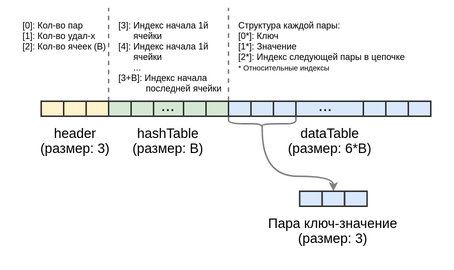
Above: 2021-ru-es6-collection-internals/slides/images/map-memory-layout-4.png in puzpuzpuz/talks (draw.io), before the change. Source tidied: cells renumbered, new cells last; positions are measured from the earlier drawing's top-left corner, leaving out a move shared by most shapes.
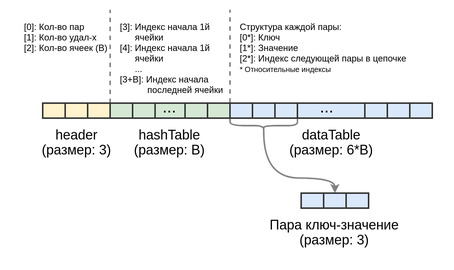
After the change.

Diff of the diagram source:
```diff
@@ -2,118 +2,121 @@
   <root>
     <mxCell id="0" />
     <mxCell id="1" parent="0" />
-    <mxCell id="2" value="hashTable&lt;br&gt;(размер: B)" style="text;html=1;strokeColor=none;fillColor=none;align=center;verticalAlign=top;whiteSpace=wrap;rounded=0;fontSize=9;" parent="1" vertex="1">
-      <mxGeometry x="70" y="72" width="60" height="30" as="geometry" />
+    <mxCell id="2" style="group;" parent="1" vertex="1">
+      <mxGeometry x="70" y="72" width="275" height="157.2" as="geometry" />
     </mxCell>
-    <mxCell id="3" value="header&lt;br&gt;(размер: 3)" style="text;html=1;strokeColor=none;fillColor=none;align=center;verticalAlign=top;whiteSpace=wrap;rounded=0;fontSize=9;" parent="1" vertex="1">
-      <mxGeometry x="12.5" y="72" width="50" height="30" as="geometry" />
+    <mxCell id="3" value="hashTable&lt;br&gt;(размер: B)" style="text;html=1;strokeColor=none;fillColor=none;align=center;verticalAlign=top;whiteSpace=wrap;rounded=0;fontSize=9;" parent="2" vertex="1">
+      <mxGeometry x="70" y="72.2" width="60" height="30" as="geometry" />
     </mxCell>
-    <mxCell id="4" value="dataTable&lt;br&gt;(размер: 6*B)" style="text;html=1;strokeColor=none;fillColor=none;align=center;verticalAlign=top;whiteSpace=wrap;rounded=0;fontSize=9;" parent="1" vertex="1">
-      <mxGeometry x="142.5" y="72" width="130" height="30" as="geometry" />
+    <mxCell id="4" value="header&lt;br&gt;(размер: 3)" style="text;html=1;strokeColor=none;fillColor=none;align=center;verticalAlign=top;whiteSpace=wrap;rounded=0;fontSize=9;" parent="2" vertex="1">
+      <mxGeometry x="12.5" y="72.2" width="50" height="30" as="geometry" />
     </mxCell>
-    <mxCell id="5" value="[0]: Кол-во пар&#10;[1]: Кол-во удал-х&#10;[2]: Кол-во ячеек (B)" style="text;strokeColor=none;fillColor=none;align=left;verticalAlign=top;rounded=0;fontSize=6;whiteSpace=wrap;spacing=2;spacingRight=0;spacingLeft=1;" parent="1" vertex="1">
-      <mxGeometry y="2" width="60" height="60" as="geometry" />
+    <mxCell id="5" value="dataTable&lt;br&gt;(размер: 6*B)" style="text;html=1;strokeColor=none;fillColor=none;align=center;verticalAlign=top;whiteSpace=wrap;rounded=0;fontSize=9;" parent="2" vertex="1">
+      <mxGeometry x="142.5" y="72.2" width="130" height="30" as="geometry" />
     </mxCell>
-    <mxCell id="6" style="edgeStyle=none;rounded=0;orthogonalLoop=1;jettySize=auto;html=1;exitX=0;exitY=0.5;exitDx=0;exitDy=0;fontSize=5;" parent="1" edge="1" source="5" target="5">
-      <mxGeometry relative="1" as="geometry" />
+    <mxCell id="6" value="[0]: Кол-во пар&#10;[1]: Кол-во удал-х&#10;[2]: Кол-во ячеек (B)" style="text;strokeColor=none;fillColor=none;align=left;verticalAlign=top;rounded=0;fontSize=6;whiteSpace=wrap;spacing=2;spacingRight=0;spacingLeft=1;" parent="2" vertex="1">
+      <mxGeometry y="2.2" width="60" height="60" as="geometry" />
     </mxCell>
-    <mxCell id="7" value="[3]: Индекс начала 1й &#10;      ячейки&#10;[4]: Индекс начала 1й&#10;      ячейки&#10;      ...&#10;[3+B]: Индекс начала &#10;           последней ячейки" style="text;strokeColor=none;fillColor=none;align=left;verticalAlign=top;rounded=0;fontSize=6;whiteSpace=wrap;spacing=2;spacingLeft=5;" parent="1" vertex="1">
-      <mxGeometry x="60" y="2" width="80" height="60" as="geometry" />
+    <mxCell id="7" style="edgeStyle=none;rounded=0;orthogonalLoop=1;jettySize=auto;html=1;exitX=0;exitY=0.5;exitDx=0;exitDy=0;fontSize=5;" parent="2" edge="1" source="6" target="6">
+      <mxGeometry relative="1" as="geometry" />
     </mxCell>
-    <mxCell id="8" value="Структура каждой пары:&lt;br&gt;[0*]: Ключ&lt;br&gt;[1*]: Значение&lt;br&gt;[2*]: Индекс следующей пары в цепочке&lt;br&gt;&lt;font style=&quot;font-size: 5px&quot;&gt;* Относительные индексы&lt;/font&gt;" style="text;strokeColor=none;fillColor=none;align=left;verticalAlign=top;rounded=0;fontSize=6;whiteSpace=wrap;spacing=2;html=1;spacingLeft=5;" parent="1" vertex="1">
-      <mxGeometry x="140" y="2" width="130" height="60" as="geometry" />
+    <mxCell id="8" value="[3]: Индекс начала 1й &#10;      ячейки&#10;[4]: Индекс начала 1й&#10;      ячейки&#10;      ...&#10;[3+B]: Индекс начала &#10;           последней ячейки" style="text;strokeColor=none;fillColor=none;align=left;verticalAlign=top;rounded=0;fontSize=6;whiteSpace=wrap;spacing=2;spacingLeft=5;" parent="2" vertex="1">
+      <mxGeometry x="60" y="2.2" width="80" height="60" as="geometry" />
     </mxCell>
-    <mxCell id="9" value="Пара ключ-значение&lt;br&gt;(размер: 3)" style="text;html=1;strokeColor=none;fillColor=none;align=center;verticalAlign=top;whiteSpace=wrap;rounded=0;fontSize=9;" parent="1" vertex="1">
-      <mxGeometry x="165" y="132" width="90" height="25" as="geometry" />
+    <mxCell id="9" value="Структура каждой пары:&lt;br&gt;[0*]: Ключ&lt;br&gt;[1*]: Значение&lt;br&gt;[2*]: Индекс следующей пары в цепочке&lt;br&gt;&lt;font style=&quot;font-size: 5px&quot;&gt;* Относительные индексы&lt;/font&gt;" style="text;strokeColor=none;fillColor=none;align=left;verticalAlign=top;rounded=0;fontSize=6;whiteSpace=wrap;spacing=2;html=1;spacingLeft=5;" parent="2" vertex="1">
+      <mxGeometry x="140" y="2.2" width="130" height="60" as="geometry" />
     </mxCell>
-    <mxCell id="10" style="shape=curlyBracket;whiteSpace=wrap;html=1;rounded=1;fontSize=6;align=left;direction=north;strokeColor=#808080;" parent="1" vertex="1">
-      <mxGeometry x="140" y="72" width="45" height="10" as="geometry" />
+    <mxCell id="10" value="Пара ключ-значение&lt;br&gt;(размер: 3)" style="text;html=1;strokeColor=none;fillColor=none;align=center;verticalAlign=top;whiteSpace=wrap;rounded=0;fontSize=9;" parent="2" vertex="1">
+      <mxGeometry x="165" y="132.2" width="90" height="25" as="geometry" />
     </mxCell>
-    <mxCell id="11" style="endArrow=classic;html=1;fontSize=6;exitX=0.1;exitY=0.5;exitDx=0;exitDy=0;exitPerimeter=0;entryX=0.5;entryY=0;entryDx=0;entryDy=0;startSize=3;endSize=3;edgeStyle=orthogonalEdgeStyle;curved=1;strokeColor=#808080;" parent="1" edge="1" source="10" target="16">
-      <mxGeometry relative="1" as="geometry">
-        <Array as="points">
-          <mxPoint x="163" y="112" />
-          <mxPoint x="210" y="112" />
-        </Array>
-      </mxGeometry>
+    <mxCell id="11" style="shape=curlyBracket;whiteSpace=wrap;html=1;rounded=1;fontSize=6;align=left;direction=north;strokeColor=#808080;" parent="2" vertex="1">
+      <mxGeometry x="140" y="72.2" width="45" height="10" as="geometry" />
     </mxCell>
-    <mxCell id="12" style="endArrow=none;dashed=1;html=1;fontSize=6;exitX=1;exitY=1;exitDx=0;exitDy=0;strokeColor=#808080;" parent="1" edge="1">
+    <mxCell id="12" style="endArrow=classic;html=1;fontSize=6;exitX=0.1;exitY=0.5;exitDx=0;exitDy=0;exitPerimeter=0;entryX=0.5;entryY=0;entryDx=0;entryDy=0;startSize=3;endSize=3;edgeStyle=orthogonalEdgeStyle;curved=1;strokeColor=#808080;" parent="2" edge="1" source="11" target="17">
       <mxGeometry relative="1" as="geometry">
-        <mxPoint x="140" y="61.8" as="sourcePoint" />
-        <mxPoint x="140" y="-0.2" as="targetPoint" />
+        <Array as="points">
+          <mxPoint x="163" y="112.2" />
+          <mxPoint x="210" y="112.2" />
+        </Array>
       </mxGeometry>
     </mxCell>
-    <mxCell id="13" style="endArrow=none;dashed=1;html=1;fontSize=6;entryX=0;entryY=0;entryDx=0;entryDy=0;strokeColor=#808080;" parent="1" edge="1">
+    <mxCell id="13" style="endArrow=none;dashed=1;html=1;fontSize=6;exitX=1;exitY=1;exitDx=0;exitDy=0;strokeColor=#808080;" parent="2" edge="1">
       <mxGeometry relative="1" as="geometry">
-        <mxPoint x="60" y="62" as="sourcePoint" />
-        <mxPoint x="60" y="-0.2" as="targetPoint" />
+        <mxPoint x="140" y="62" as="sourcePoint" />
+        <mxPoint x="140" as="targetPoint" />
       </mxGeometry>
     </mxCell>
-    <mxCell id="14" style="group;" parent="1" vertex="1">
-      <mxGeometry x="187.5" y="122" width="45" height="10" as="geometry" />
+    <mxCell id="14" style="endArrow=none;dashed=1;html=1;fontSize=6;entryX=0;entryY=0;entryDx=0;entryDy=0;strokeColor=#808080;" parent="2" edge="1">
+      <mxGeometry relative="1" as="geometry">
+        <mxPoint x="60" y="62.2" as="sourcePoint" />
+        <mxPoint x="60" as="targetPoint" />
+      </mxGeometry>
     </mxCell>
-    <mxCell id="15" style="rounded=0;whiteSpace=wrap;html=1;fillColor=#dae8fc;strokeColor=#333333;" parent="14" vertex="1">
-      <mxGeometry width="15" height="10" as="geometry" />
+    <mxCell id="15" style="group;" parent="2" vertex="1">
+      <mxGeometry x="187.5" y="122.2" width="45" height="10" as="geometry" />
     </mxCell>
-    <mxCell id="16" style="rounded=0;whiteSpace=wrap;html=1;fillColor=#dae8fc;strokeColor=#333333;" parent="14" vertex="1">
-      <mxGeometry x="15" width="15" height="10" as="geometry" />
+    <mxCell id="16" style="rounded=0;whiteSpace=wrap;html=1;fillColor=#dae8fc;strokeColor=#333333;" parent="15" vertex="1">
+      <mxGeometry width="15" height="10" as="geometry" />
     </mxCell>
-    <mxCell id="17" style="rounded=0;whiteSpace=wrap;html=1;fillColor=#dae8fc;strokeColor=#333333;" parent="14" vertex="1">
-      <mxGeometry x="30" width="15" height="10" as="geometry" />
+    <mxCell id="17" style="rounded=0;whiteSpace=wrap;html=1;fillColor=#dae8fc;strokeColor=#333333;" parent="15" vertex="1">
+      <mxGeometry x="15" width="15" height="10" as="geometry" />
     </mxCell>
-    <mxCell id="18" style="group;spacingBottom=4;verticalAlign=middle;" parent="1" vertex="1">
-      <mxGeometry x="60" y="62" width="80" height="10" as="geometry" />
+    <mxCell id="18" style="rounded=0;whiteSpace=wrap;html=1;fillColor=#dae8fc;strokeColor=#333333;" parent="15" vertex="1">
+      <mxGeometry x="30" width="15" height="10" as="geometry" />
     </mxCell>
-    <mxCell id="19" style="rounded=0;whiteSpace=wrap;html=1;fillColor=#d5e8d4;strokeColor=#333333;" parent="18" vertex="1">
-      <mxGeometry width="15" height="10" as="geometry" />
+    <mxCell id="19" style="group;spacingBottom=4;verticalAlign=middle;" parent="2" vertex="1">
+      <mxGeometry x="60" y="62.2" width="80" height="10" as="geometry" />
     </mxCell>
-    <mxCell id="20" style="rounded=0;whiteSpace=wrap;html=1;fillColor=#d5e8d4;strokeColor=#333333;" parent="18" vertex="1">
-      <mxGeometry x="15" width="15" height="10" as="geometry" />
+    <mxCell id="20" style="rounded=0;whiteSpace=wrap;html=1;fillColor=#d5e8d4;strokeColor=#333333;" parent="19" vertex="1">
+      <mxGeometry width="15" height="10" as="geometry" />
     </mxCell>
-    <mxCell id="21" value="..." style="rounded=0;whiteSpace=wrap;html=1;fillColor=#d5e8d4;strokeColor=#333333;fontSize=11;spacingBottom=4;" parent="18" vertex="1">
-      <mxGeometry x="30" width="20" height="10" as="geometry" />
+    <mxCell id="21" style="rounded=0;whiteSpace=wrap;html=1;fillColor=#d5e8d4;strokeColor=#333333;" parent="19" vertex="1">
+      <mxGeometry x="15" width="15" height="10" as="geometry" />
     </mxCell>
-    <mxCell id="22" style="rounded=0;whiteSpace=wrap;html=1;fillColor=#d5e8d4;strokeColor=#333333;" parent="18" vertex="1">
-      <mxGeometry x="65" width="15" height="10" as="geometry" />
+    <mxCell id="22" value="..." style="rounded=0;whiteSpace=wrap;html=1;fillColor=#d5e8d4;strokeColor=#333333;fontSize=11;spacingBottom=4;" parent="19" vertex="1">
+      <mxGeometry x="30" width="20" height="10" as="geometry" />
     </mxCell>
-    <mxCell id="23" style="rounded=0;whiteSpace=wrap;html=1;fillColor=#d5e8d4;strokeColor=#333333;" parent="18" vertex="1">
-      <mxGeometry x="50" width="15" height="10" as="geometry" />
+    <mxCell id="23" style="rounded=0;whiteSpace=wrap;html=1;fillColor=#d5e8d4;strokeColor=#333333;" parent="19" vertex="1">
+      <mxGeometry x="65" width="15" height="10" as="geometry" />
     </mxCell>
-    <mxCell id="24" style="group;" parent="1" vertex="1">
-      <mxGeometry x="15" y="62" width="45" height="10" as="geometry" />
+    <mxCell id="24" style="rounded=0;whiteSpace=wrap;html=1;fillColor=#d5e8d4;strokeColor=#333333;" parent="19" vertex="1">
+      <mxGeometry x="50" width="15" height="10" as="geometry" />
     </mxCell>
-    <mxCell id="25" style="rounded=0;whiteSpace=wrap;html=1;fillColor=#fff2cc;strokeColor=#333333;" parent="24" vertex="1">
-      <mxGeometry width="15" height="10" as="geometry" />
+    <mxCell id="25" style="group;" parent="2" vertex="1">
+      <mxGeometry x="15" y="62.2" width="45" height="10" as="geometry" />
     </mxCell>
-    <mxCell id="26" style="rounded=0;whiteSpace=wrap;html=1;fillColor=#fff2cc;strokeColor=#333333;" parent="24" vertex="1">
-      <mxGeometry x="15" width="15" height="10" as="geometry" />
+    <mxCell id="26" style="rounded=0;whiteSpace=wrap;html=1;fillColor=#fff2cc;strokeColor=#333333;" parent="25" vertex="1">
+      <mxGeometry width="15" height="10" as="geometry" />
     </mxCell>
-    <mxCell id="27" style="rounded=0;whiteSpace=wrap;html=1;fillColor=#fff2cc;strokeColor=#333333;" parent="24" vertex="1">
-      <mxGeometry x="30" width="15" height="10" as="geometry" />
+    <mxCell id="27" style="rounded=0;whiteSpace=wrap;html=1;fillColor=#fff2cc;strokeColor=#333333;" parent="25" vertex="1">
+      <mxGeometry x="15" width="15" height="10" as="geometry" />
     </mxCell>
-    <mxCell id="28" style="group;" parent="1" vertex="1">
-      <mxGeometry x="140" y="62" width="135" height="10" as="geometry" />
+    <mxCell id="28" style="rounded=0;whiteSpace=wrap;html=1;fillColor=#fff2cc;strokeColor=#333333;" parent="25" vertex="1">
+      <mxGeometry x="30" width="15" height="10" as="geometry" />
     </mxCell>
-    <mxCell id="29" style="rounded=0;whiteSpace=wrap;html=1;fillColor=#dae8fc;strokeColor=#333333;" parent="28" vertex="1">
-      <mxGeometry width="15" height="10" as="geometry" />
+    <mxCell id="29" style="group;" parent="2" vertex="1">
+      <mxGeometry x="140" y="62.2" width="135" height="10" as="geometry" />
     </mxCell>
-    <mxCell id="30" style="rounded=0;whiteSpace=wrap;html=1;fillColor=#dae8fc;strokeColor=#333333;" parent="28" vertex="1">
-      <mxGeometry x="15" width="15" height="10" as="geometry" />
+    <mxCell id="30" style="rounded=0;whiteSpace=wrap;html=1;fillColor=#dae8fc;strokeColor=#333333;" parent="29" vertex="1">
+      <mxGeometry width="15" height="10" as="geometry" />
     </mxCell>
-    <mxCell id="31" value="..." style="rounded=0;whiteSpace=wrap;html=1;fillColor=#dae8fc;strokeColor=#333333;fontSize=11;verticalAlign=middle;spacingBottom=4;" parent="28" vertex="1">
-      <mxGeometry x="40" width="50" height="10" as="geometry" />
+    <mxCell id="31" style="rounded=0;whiteSpace=wrap;html=1;fillColor=#dae8fc;strokeColor=#333333;" parent="29" vertex="1">
+      <mxGeometry x="15" width="15" height="10" as="geometry" />
     </mxCell>
-    <mxCell id="32" style="rounded=0;whiteSpace=wrap;html=1;fillColor=#dae8fc;strokeColor=#333333;" parent="28" vertex="1">
-      <mxGeometry x="120" width="15" height="10" as="geometry" />
+    <mxCell id="32" value="..." style="rounded=0;whiteSpace=wrap;html=1;fillColor=#dae8fc;strokeColor=#333333;fontSize=11;verticalAlign=middle;spacingBottom=4;" parent="29" vertex="1">
+      <mxGeometry x="40" width="50" height="10" as="geometry" />
     </mxCell>
-    <mxCell id="33" style="rounded=0;whiteSpace=wrap;html=1;fillColor=#dae8fc;strokeColor=#333333;" parent="28" vertex="1">
-      <mxGeometry x="105" width="15" height="10" as="geometry" />
+    <mxCell id="33" style="rounded=0;whiteSpace=wrap;html=1;fillColor=#dae8fc;strokeColor=#333333;" parent="29" vertex="1">
+      <mxGeometry x="120" width="15" height="10" as="geometry" />
     </mxCell>
-    <mxCell id="34" style="rounded=0;whiteSpace=wrap;html=1;fillColor=#dae8fc;strokeColor=#333333;" parent="28" vertex="1">
-      <mxGeometry x="30" width="15" height="10" as="geometry" />
+    <mxCell id="34" style="rounded=0;whiteSpace=wrap;html=1;fillColor=#dae8fc;strokeColor=#333333;" parent="29" vertex="1">
+      <mxGeometry x="105" width="15" height="10" as="geometry" />
     </mxCell>
-    <mxCell id="35" style="rounded=0;whiteSpace=wrap;html=1;fillColor=#dae8fc;strokeColor=#333333;" parent="28" vertex="1">
-      <mxGeometry x="90" width="15" height="10" as="geometry" />
+    <mxCell id="35" style="rounded=0;whiteSpace=wrap;html=1;fillColor=#dae8fc;strokeColor=#333333;" parent="29" vertex="1">
+      <mxGeometry x="30" width="15" height="10" as="geometry" />
     </mxCell>
+    <mxCell id="36" style="rounded=0;whiteSpace=wrap;html=1;fillColor=#dae8fc;strokeColor=#333333;" parent="29" vertex="1">
+      <mxGeometry x="90" width="15" height="10" as="geometry" />
+    </mxCell>
   </root>
 </mxGraphModel>
```
